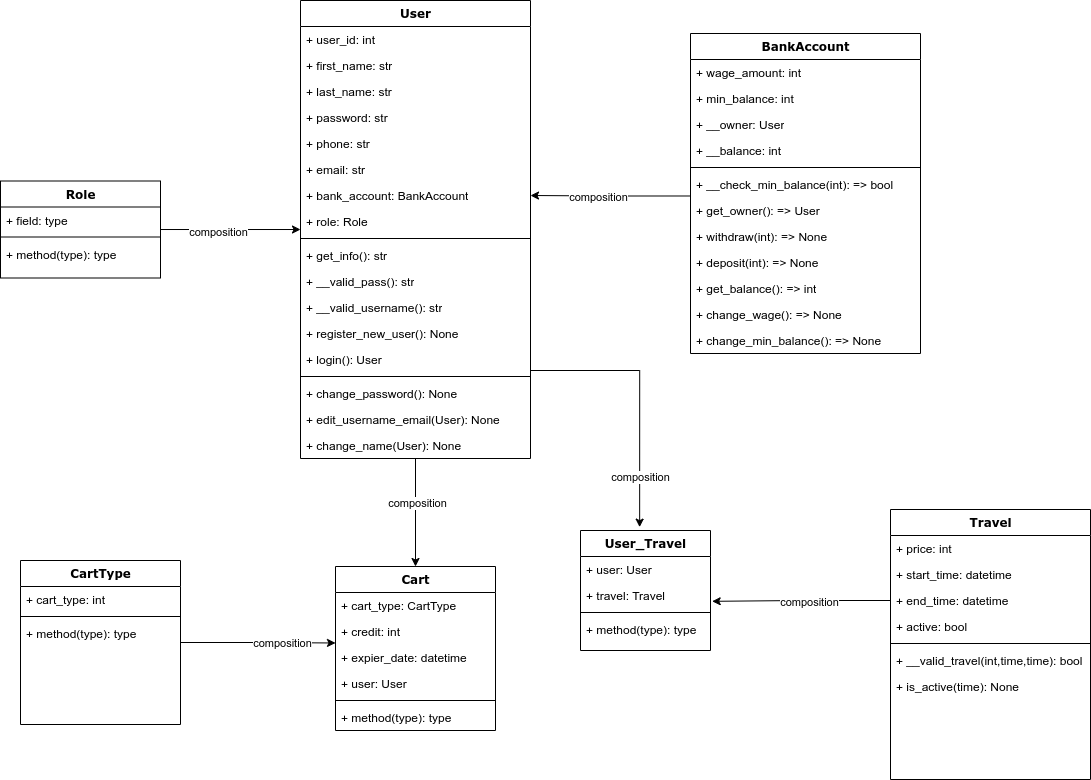
Earlier version of the draw.io export ClassDiagram.drawio.png (mejomba/maktab89_hw12). Source tidied: cells renumbered, new cells last; positions are measured from the earlier drawing's top-left corner, leaving out a move shared by most shapes.
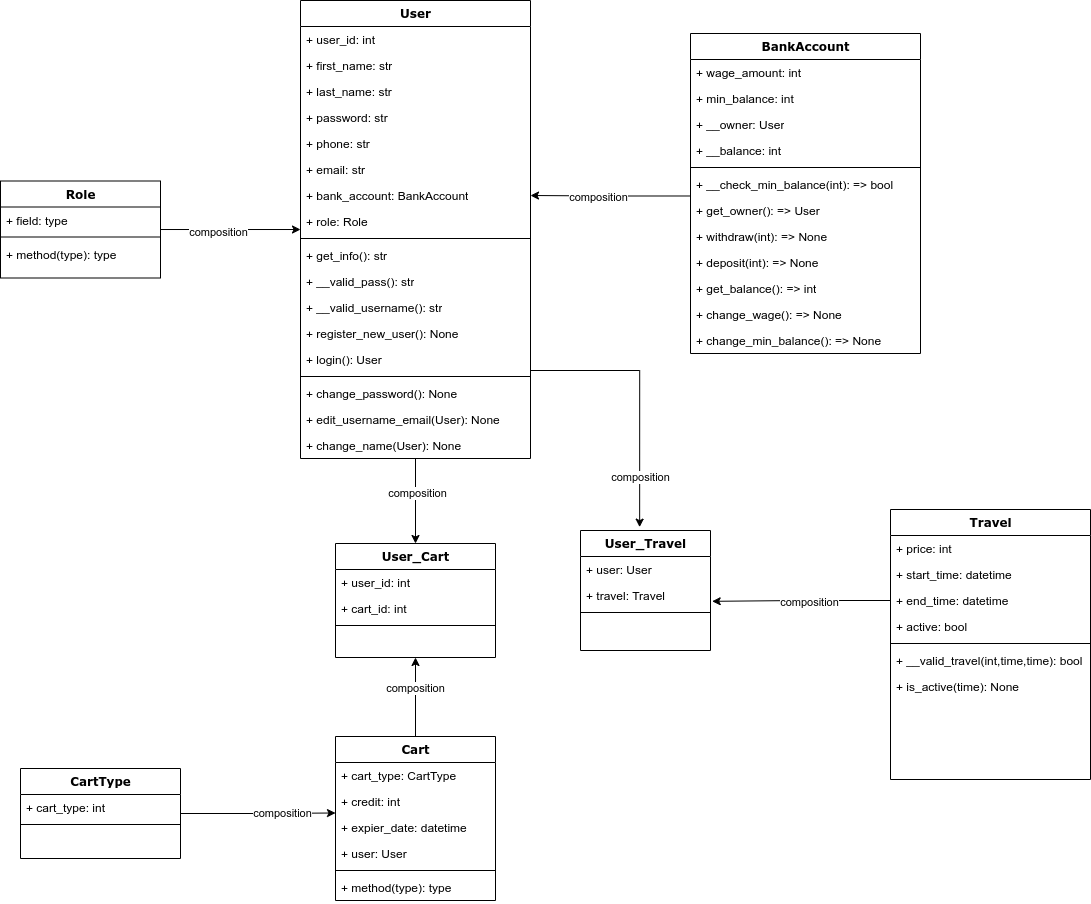
Later version of the same file.

Commit message:
update class diagram

The edit, as a diff of the source:
```diff
@@ -2,7 +2,7 @@
   <root>
     <mxCell id="0" />
     <mxCell id="1" parent="0" />
-    <mxCell id="2" style="edgeStyle=orthogonalEdgeStyle;rounded=0;jettySize=auto;html=1;entryX=0.5;entryY=0;entryDx=0;entryDy=0;" parent="1" edge="1" source="6" target="46">
+    <mxCell id="2" style="edgeStyle=orthogonalEdgeStyle;rounded=0;jettySize=auto;html=1;entryX=0.5;entryY=0;entryDx=0;entryDy=0;" parent="1" edge="1" source="6" target="76">
       <mxGeometry relative="1" as="geometry" />
     </mxCell>
     <mxCell id="3" value="composition" style="edgeLabel;html=1;align=center;verticalAlign=middle;" parent="2" vertex="1">
@@ -138,8 +138,14 @@
     <mxCell id="45" value="+ method(type): type" style="text;html=1;strokeColor=none;fillColor=none;align=left;verticalAlign=top;spacingLeft=4;spacingRight=4;whiteSpace=wrap;overflow=hidden;" parent="42" vertex="1">
       <mxGeometry y="60" width="160" height="26" as="geometry" />
     </mxCell>
+    <mxCell id="74" style="edgeStyle=orthogonalEdgeStyle;rounded=0;jettySize=auto;html=1;entryX=0.5;entryY=1;entryDx=0;entryDy=0;" parent="1" edge="1" source="46" target="76">
+      <mxGeometry relative="1" as="geometry" />
+    </mxCell>
+    <mxCell id="75" value="composition" style="edgeLabel;html=1;align=center;verticalAlign=middle;" parent="74" vertex="1">
+      <mxGeometry x="0.25" y="1" relative="1" as="geometry" />
+    </mxCell>
     <mxCell id="46" value="Cart" style="swimlane;html=1;fontStyle=1;align=center;verticalAlign=top;horizontal=1;startSize=26;swimlaneFillColor=#ffffff;rounded=0;shadow=0;comic=0;labelBackgroundColor=none;strokeWidth=1;fillColor=none;fontFamily=Verdana;fontSize=12;" parent="1" vertex="1">
-      <mxGeometry x="335" y="566" width="160" height="164" as="geometry" />
+      <mxGeometry x="335" y="736" width="160" height="164" as="geometry" />
     </mxCell>
     <mxCell id="47" value="+ cart_type: CartType" style="text;html=1;strokeColor=none;fillColor=none;align=left;verticalAlign=top;spacingLeft=4;spacingRight=4;whiteSpace=wrap;overflow=hidden;" parent="46" vertex="1">
       <mxGeometry y="26" width="160" height="26" as="geometry" />
@@ -190,7 +196,7 @@
       <mxGeometry x="0.32" relative="1" as="geometry" />
     </mxCell>
     <mxCell id="63" value="CartType" style="swimlane;html=1;fontStyle=1;align=center;verticalAlign=top;horizontal=1;startSize=26;swimlaneFillColor=#ffffff;rounded=0;shadow=0;comic=0;labelBackgroundColor=none;strokeWidth=1;fillColor=none;fontFamily=Verdana;fontSize=12;" parent="1" vertex="1">
-      <mxGeometry x="20" y="560" width="160" height="164" as="geometry" />
+      <mxGeometry x="20" y="768" width="160" height="90" as="geometry" />
     </mxCell>
     <mxCell id="64" value="+ cart_type: int" style="text;html=1;strokeColor=none;fillColor=none;align=left;verticalAlign=top;spacingLeft=4;spacingRight=4;whiteSpace=wrap;overflow=hidden;" parent="63" vertex="1">
       <mxGeometry y="26" width="160" height="26" as="geometry" />
@@ -198,9 +204,6 @@
     <mxCell id="65" style="line;html=1;strokeWidth=1;fillColor=none;align=left;verticalAlign=middle;spacingTop=-1;spacingLeft=3;spacingRight=3;labelPosition=right;" parent="63" vertex="1">
       <mxGeometry y="52" width="160" height="8" as="geometry" />
     </mxCell>
-    <mxCell id="66" value="+ method(type): type" style="text;html=1;strokeColor=none;fillColor=none;align=left;verticalAlign=top;spacingLeft=4;spacingRight=4;whiteSpace=wrap;overflow=hidden;" parent="63" vertex="1">
-      <mxGeometry y="60" width="160" height="26" as="geometry" />
-    </mxCell>
     <mxCell id="67" value="User_Travel" style="swimlane;html=1;fontStyle=1;align=center;verticalAlign=top;horizontal=1;startSize=26;swimlaneFillColor=#ffffff;rounded=0;shadow=0;comic=0;labelBackgroundColor=none;strokeWidth=1;fillColor=none;fontFamily=Verdana;fontSize=12;" parent="1" vertex="1">
       <mxGeometry x="580" y="530" width="130" height="120" as="geometry" />
     </mxCell>
@@ -213,14 +216,23 @@
     <mxCell id="70" style="line;html=1;strokeWidth=1;fillColor=none;align=left;verticalAlign=middle;spacingTop=-1;spacingLeft=3;spacingRight=3;labelPosition=right;" parent="67" vertex="1">
       <mxGeometry y="78" width="130" height="8" as="geometry" />
     </mxCell>
-    <mxCell id="71" value="+ method(type): type" style="text;html=1;strokeColor=none;fillColor=none;align=left;verticalAlign=top;spacingLeft=4;spacingRight=4;whiteSpace=wrap;overflow=hidden;" parent="67" vertex="1">
-      <mxGeometry y="86" width="130" height="26" as="geometry" />
-    </mxCell>
     <mxCell id="72" style="edgeStyle=orthogonalEdgeStyle;rounded=0;jettySize=auto;html=1;entryX=1.013;entryY=0.724;entryDx=0;entryDy=0;entryPerimeter=0;" parent="1" edge="1" source="56" target="69">
       <mxGeometry relative="1" as="geometry" />
     </mxCell>
     <mxCell id="73" value="composition" style="edgeLabel;html=1;align=center;verticalAlign=middle;" parent="72" vertex="1">
       <mxGeometry x="-0.09" y="1" relative="1" as="geometry" />
     </mxCell>
+    <mxCell id="76" value="User_Cart" style="swimlane;html=1;fontStyle=1;align=center;verticalAlign=top;horizontal=1;startSize=26;swimlaneFillColor=#ffffff;rounded=0;shadow=0;comic=0;labelBackgroundColor=none;strokeWidth=1;fillColor=none;fontFamily=Verdana;fontSize=12;" parent="1" vertex="1">
+      <mxGeometry x="335" y="543" width="160" height="114" as="geometry" />
+    </mxCell>
+    <mxCell id="77" value="+ user_id: int" style="text;html=1;strokeColor=none;fillColor=none;align=left;verticalAlign=top;spacingLeft=4;spacingRight=4;whiteSpace=wrap;overflow=hidden;" parent="76" vertex="1">
+      <mxGeometry y="26" width="160" height="26" as="geometry" />
+    </mxCell>
+    <mxCell id="78" value="+ cart_id: int" style="text;html=1;strokeColor=none;fillColor=none;align=left;verticalAlign=top;spacingLeft=4;spacingRight=4;whiteSpace=wrap;overflow=hidden;" parent="76" vertex="1">
+      <mxGeometry y="52" width="160" height="26" as="geometry" />
+    </mxCell>
+    <mxCell id="79" style="line;html=1;strokeWidth=1;fillColor=none;align=left;verticalAlign=middle;spacingTop=-1;spacingLeft=3;spacingRight=3;labelPosition=right;" parent="76" vertex="1">
+      <mxGeometry y="78" width="160" height="8" as="geometry" />
+    </mxCell>
   </root>
 </mxGraphModel>
```
